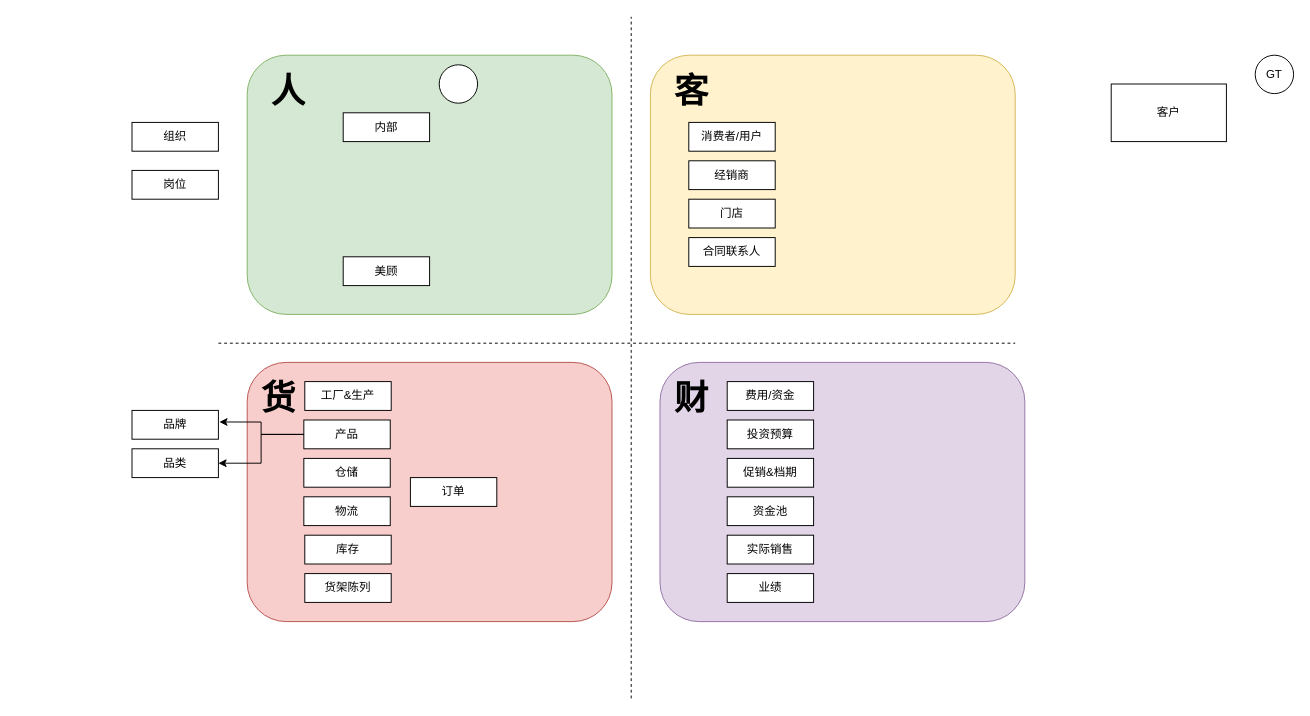
The draw.io diagram shinho/【240311】主数据整理.drawio in 18857545022/-, before the edit. Source tidied: cells renumbered, new cells numbered last; positions are measured from the earlier drawing's top-left corner, leaving out a move shared by most shapes. Both pictures are drawn from the tidied source at 96%, with x=0, y=0 at pixel (132, 16).
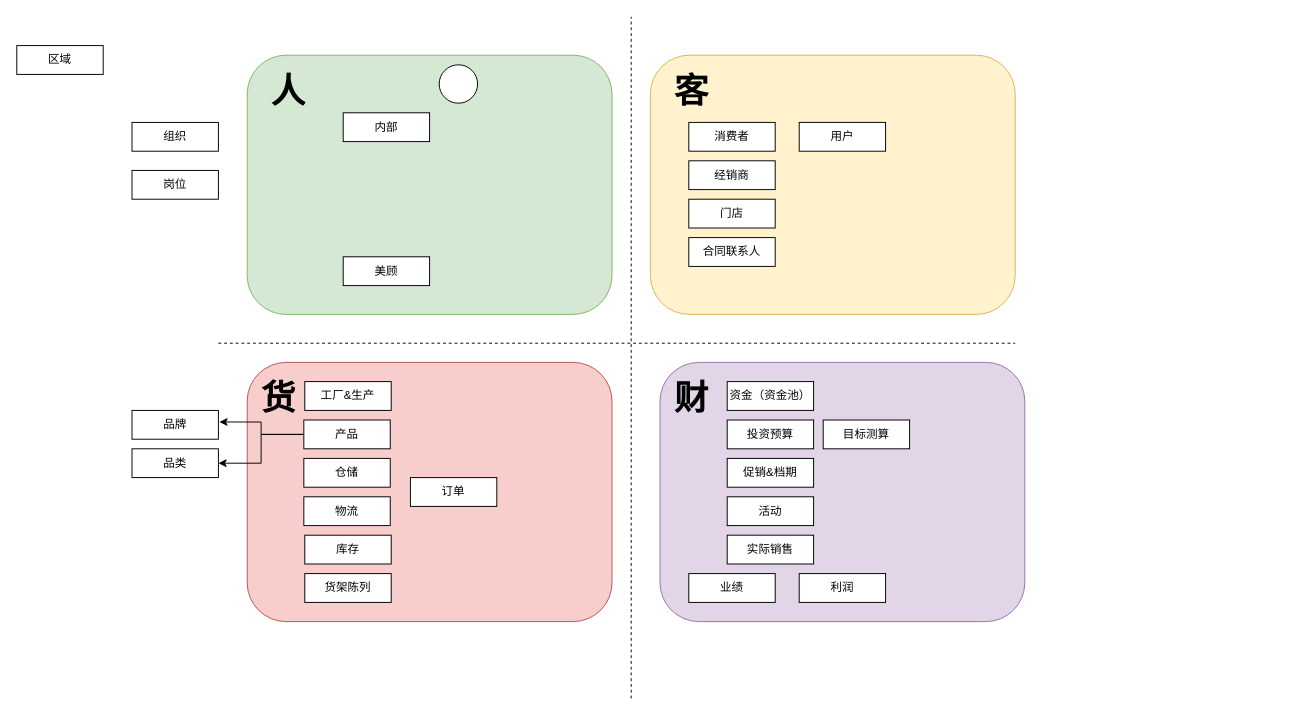
The same page after the edit.

Commit message (it also covers changes not shown here):
更新【240311】主数据整理.drawio

Diff of the diagram source:
```diff
@@
-    <mxCell id="15" value="消费者/用户" style="rounded=0;whiteSpace=wrap;html=1;" parent="1" vertex="1">
+    <mxCell id="15" value="消费者" style="rounded=0;whiteSpace=wrap;html=1;" parent="1" vertex="1">
       <mxGeometry x="580" y="110" width="90" height="30" as="geometry" />
     </mxCell>
@@
-    <mxCell id="27" value="费用/资金" style="rounded=0;whiteSpace=wrap;html=1;" parent="1" vertex="1">
+    <mxCell id="27" value="资金（资金池）" style="rounded=0;whiteSpace=wrap;html=1;" parent="1" vertex="1">
       <mxGeometry x="620" y="380" width="90" height="30" as="geometry" />
     </mxCell>
@@
     <mxCell id="32" value="业绩" style="rounded=0;whiteSpace=wrap;html=1;" parent="1" vertex="1">
-      <mxGeometry x="620" y="580" width="90" height="30" as="geometry" />
+      <mxGeometry x="580" y="580" width="90" height="30" as="geometry" />
     </mxCell>
-    <mxCell id="33" value="资金池" style="rounded=0;whiteSpace=wrap;html=1;" parent="1" vertex="1">
-      <mxGeometry x="620" y="500" width="90" height="30" as="geometry" />
-    </mxCell>
@@
-    <mxCell id="38" value="GT" style="ellipse;whiteSpace=wrap;html=1;" parent="1" vertex="1">
-      <mxGeometry x="1170" y="40" width="40" height="40" as="geometry" />
-    </mxCell>
-    <mxCell id="39" value="客户" style="rounded=0;whiteSpace=wrap;html=1;" parent="1" vertex="1">
-      <mxGeometry x="1020" y="70" width="120" height="60" as="geometry" />
-    </mxCell>
+    <mxCell id="40" value="区域" style="rounded=0;whiteSpace=wrap;html=1;" parent="1" vertex="1">
+      <mxGeometry x="-120" y="30" width="90" height="30" as="geometry" />
+    </mxCell>
+    <mxCell id="41" value="活动" style="rounded=0;whiteSpace=wrap;html=1;" parent="1" vertex="1">
+      <mxGeometry x="620" y="500" width="90" height="30" as="geometry" />
+    </mxCell>
+    <mxCell id="42" value="利润" style="rounded=0;whiteSpace=wrap;html=1;" parent="1" vertex="1">
+      <mxGeometry x="695" y="580" width="90" height="30" as="geometry" />
+    </mxCell>
+    <mxCell id="43" value="用户" style="rounded=0;whiteSpace=wrap;html=1;" parent="1" vertex="1">
+      <mxGeometry x="695" y="110" width="90" height="30" as="geometry" />
+    </mxCell>
+    <mxCell id="44" value="目标测算" style="rounded=0;whiteSpace=wrap;html=1;" parent="1" vertex="1">
+      <mxGeometry x="720" y="420" width="90" height="30" as="geometry" />
+    </mxCell>
```
